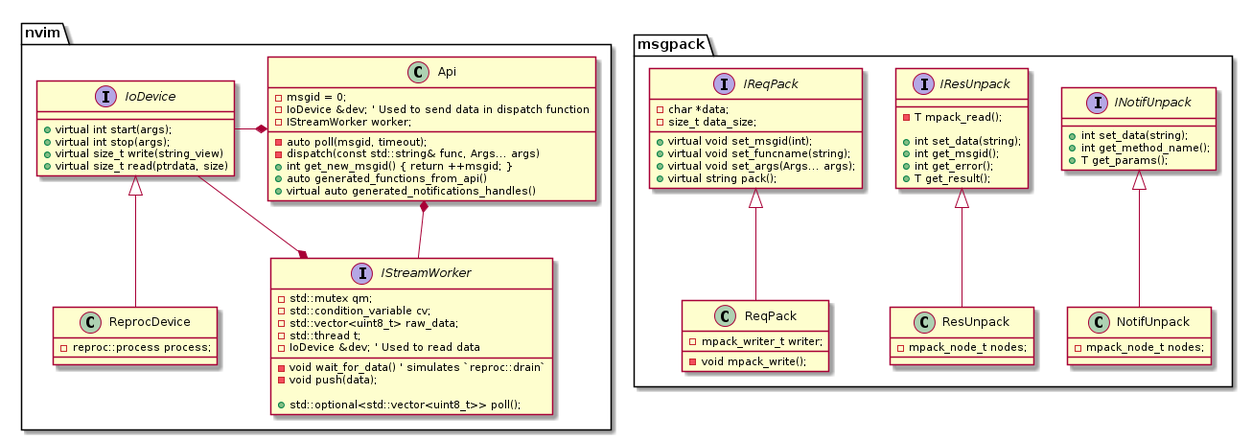
This is docs/neoarch.png from tricktux/rnvim, a PlantUML export, as it was before one commit.
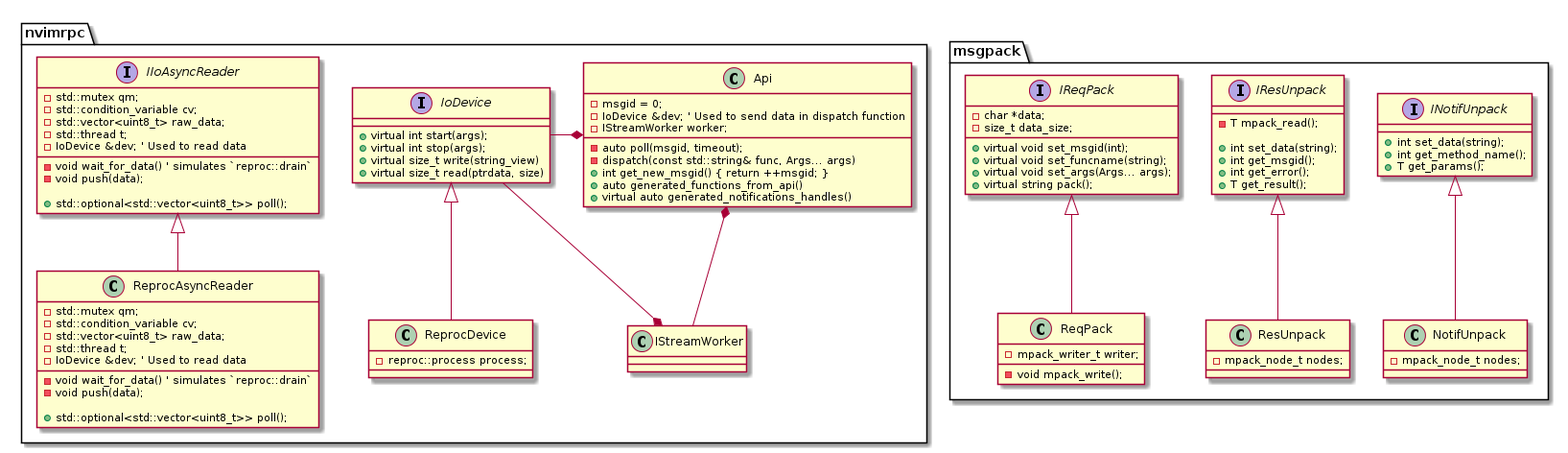
The same file after the commit.

Commit message:
Renaming functions in the interface

Change to the diagram source:
```diff
@@ -2,21 +2,21 @@
 
 set namespaceSeparator ::
 
-interface nvim::IoDevice {
+interface nvimrpc::IoDevice {
 	+virtual int start(args);
 	+virtual int stop(args);
 	+virtual size_t write(string_view)
 	+virtual size_t read(ptrdata, size)
 }
 
-class nvim::ReprocDevice {
+class nvimrpc::ReprocDevice {
 	-reproc::process process;
 
 }
 
 
 
-interface nvim::IStreamWorker {
+interface nvimrpc::IIoAsyncReader {
 	-std::mutex qm;
 	-std::condition_variable cv;
 	-std::vector<uint8_t> raw_data;
@@ -28,7 +28,21 @@
 	+std::optional<std::vector<uint8_t>> poll();
 }
 
-class nvim::Api {
+class nvimrpc::ReprocAsyncReader {
+	-std::mutex qm;
+	-std::condition_variable cv;
+	-std::vector<uint8_t> raw_data;
+	-std::thread t;
+	-IoDevice &dev; ' Used to read data
+	-void wait_for_data() ' simulates `reproc::drain`
+	-void push(data);
+
+	+std::optional<std::vector<uint8_t>> poll();
+}
+
+nvimrpc::IIoAsyncReader <|-- nvimrpc::ReprocAsyncReader
+
+class nvimrpc::Api {
 	-msgid = 0;
 	-IoDevice &dev; ' Used to send data in dispatch function
 	-IStreamWorker worker;
@@ -86,9 +100,9 @@
 
 
 
-nvim::Api *-- nvim::IStreamWorker
-nvim::Api *-left- nvim::IoDevice
-nvim::IoDevice <|-- nvim::ReprocDevice
-nvim::IStreamWorker *-- nvim::IoDevice
+nvimrpc::Api *-- nvimrpc::IStreamWorker
+nvimrpc::Api *-left- nvimrpc::IoDevice
+nvimrpc::IoDevice <|-- nvimrpc::ReprocDevice
+nvimrpc::IStreamWorker *-- nvimrpc::IoDevice
 
 @enduml
```
